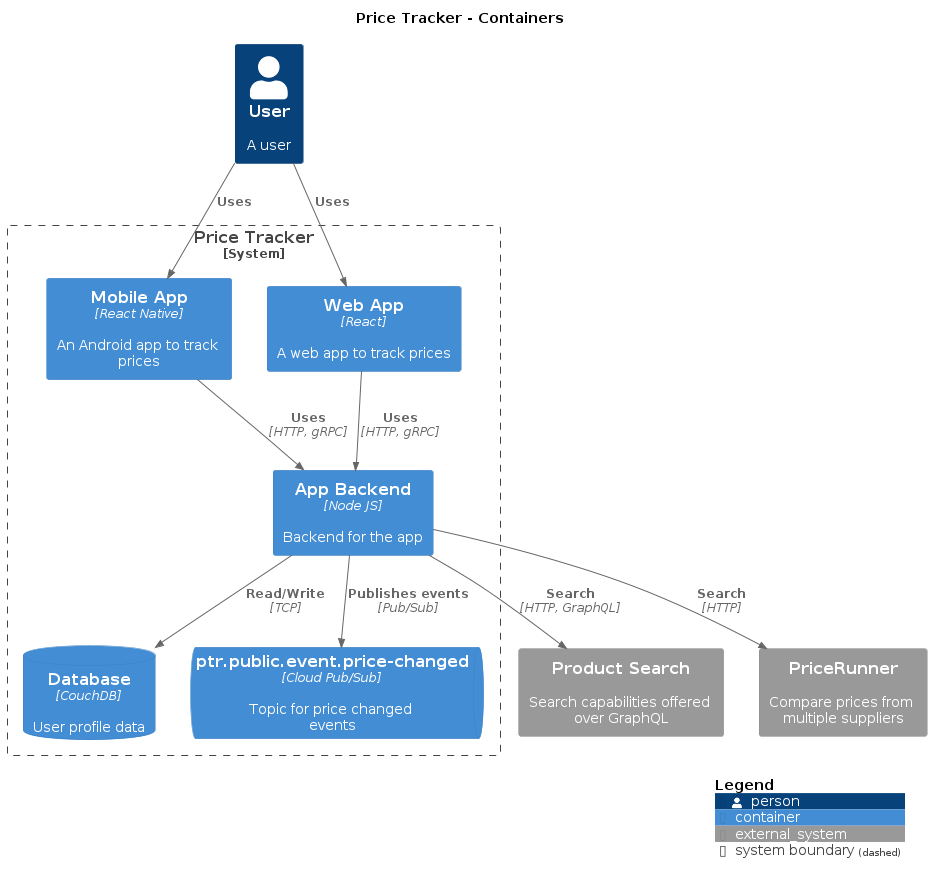
The PlantUML diagram images/c4plantuml/structurizr-PriceTracker-Container.png in extenda/structurizr-to-png, before a commit. The source it was exported from:
```plantuml
@startuml
title Price Tracker - Containers

top to bottom direction

!include https://raw.githubusercontent.com/plantuml-stdlib/C4-PlantUML/master/C4.puml
!include https://raw.githubusercontent.com/plantuml-stdlib/C4-PlantUML/master/C4_Context.puml
!include https://raw.githubusercontent.com/plantuml-stdlib/C4-PlantUML/master/C4_Container.puml

Person(User, "User", "A user", $tags="")
System_Ext(ProductSearch, "Product Search", "Search capabilities offered over GraphQL", $tags="")
System_Ext(PriceRunner, "PriceRunner", "Compare prices from multiple suppliers", $tags="")

System_Boundary("PriceTracker_boundary", "Price Tracker") {
  Container(PriceTracker.WebApp, "Web App", "React", "A web app to track prices", $tags="")
  Container(PriceTracker.MobileApp, "Mobile App", "React Native", "An Android app to track prices", $tags="")
  ContainerDb(PriceTracker.Database, "Database", "CouchDB", "User profile data", $tags="")
  Container(PriceTracker.AppBackend, "App Backend", "Node JS", "Backend for the app", $tags="")
  ContainerQueue(PriceTracker.ptrpubliceventpricechanged, "ptr.public.event.price-changed", "Cloud Pub/Sub", "Topic for price changed events", $tags="")
}

Rel_D(User, PriceTracker.MobileApp, "Uses", $tags="")
Rel_D(User, PriceTracker.WebApp, "Uses", $tags="")
Rel_D(PriceTracker.MobileApp, PriceTracker.AppBackend, "Uses", "HTTP, gRPC", $tags="")
Rel_D(PriceTracker.WebApp, PriceTracker.AppBackend, "Uses", "HTTP, gRPC", $tags="")
Rel_D(PriceTracker.AppBackend, PriceTracker.Database, "Read/Write", "TCP", $tags="")
Rel_D(PriceTracker.AppBackend, ProductSearch, "Search", "HTTP, GraphQL", $tags="")
Rel_D(PriceTracker.AppBackend, PriceRunner, "Search", "HTTP", $tags="")
Rel_D(PriceTracker.AppBackend, PriceTracker.ptrpubliceventpricechanged, "Publishes events", "Pub/Sub", $tags="")

SHOW_DYNAMIC_LEGEND()
@enduml
```
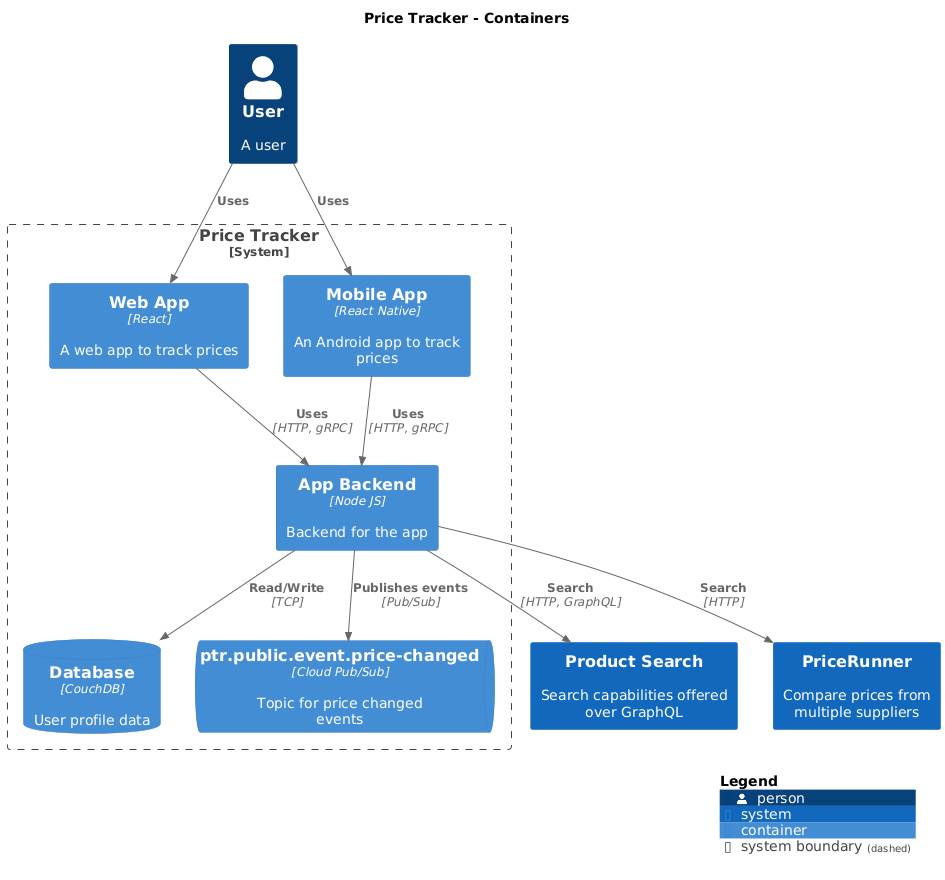
After the commit.

Commit message:
feat!: Remove support for external location with new Structurizr version (#89)

The edit, as a diff of the source:
```diff
@@ -1,32 +1,33 @@
 @startuml
+set separator none
 title Price Tracker - Containers
 
 top to bottom direction
 
-!include https://raw.githubusercontent.com/plantuml-stdlib/C4-PlantUML/master/C4.puml
-!include https://raw.githubusercontent.com/plantuml-stdlib/C4-PlantUML/master/C4_Context.puml
-!include https://raw.githubusercontent.com/plantuml-stdlib/C4-PlantUML/master/C4_Container.puml
+!include <C4/C4>
+!include <C4/C4_Context>
+!include <C4/C4_Container>
 
-Person(User, "User", "A user", $tags="")
-System_Ext(ProductSearch, "Product Search", "Search capabilities offered over GraphQL", $tags="")
-System_Ext(PriceRunner, "PriceRunner", "Compare prices from multiple suppliers", $tags="")
+Person(User, "User", $descr="A user", $tags="", $link="")
+System(ProductSearch, "Product Search", $descr="Search capabilities offered over GraphQL", $tags="", $link="")
+System(PriceRunner, "PriceRunner", $descr="Compare prices from multiple suppliers", $tags="", $link="")
 
-System_Boundary("PriceTracker_boundary", "Price Tracker") {
-  Container(PriceTracker.WebApp, "Web App", "React", "A web app to track prices", $tags="")
-  Container(PriceTracker.MobileApp, "Mobile App", "React Native", "An Android app to track prices", $tags="")
-  ContainerDb(PriceTracker.Database, "Database", "CouchDB", "User profile data", $tags="")
-  Container(PriceTracker.AppBackend, "App Backend", "Node JS", "Backend for the app", $tags="")
-  ContainerQueue(PriceTracker.ptrpubliceventpricechanged, "ptr.public.event.price-changed", "Cloud Pub/Sub", "Topic for price changed events", $tags="")
+System_Boundary("PriceTracker_boundary", "Price Tracker", $tags="") {
+  Container(PriceTracker.WebApp, "Web App", $techn="React", $descr="A web app to track prices", $tags="", $link="")
+  Container(PriceTracker.MobileApp, "Mobile App", $techn="React Native", $descr="An Android app to track prices", $tags="", $link="")
+  ContainerDb(PriceTracker.Database, "Database", $techn="CouchDB", $descr="User profile data", $tags="", $link="")
+  Container(PriceTracker.AppBackend, "App Backend", $techn="Node JS", $descr="Backend for the app", $tags="", $link="")
+  ContainerQueue(PriceTracker.ptrpubliceventpricechanged, "ptr.public.event.price-changed", $techn="Cloud Pub/Sub", $descr="Topic for price changed events", $tags="", $link="")
 }
 
-Rel_D(User, PriceTracker.MobileApp, "Uses", $tags="")
-Rel_D(User, PriceTracker.WebApp, "Uses", $tags="")
-Rel_D(PriceTracker.MobileApp, PriceTracker.AppBackend, "Uses", "HTTP, gRPC", $tags="")
-Rel_D(PriceTracker.WebApp, PriceTracker.AppBackend, "Uses", "HTTP, gRPC", $tags="")
-Rel_D(PriceTracker.AppBackend, PriceTracker.Database, "Read/Write", "TCP", $tags="")
-Rel_D(PriceTracker.AppBackend, ProductSearch, "Search", "HTTP, GraphQL", $tags="")
-Rel_D(PriceTracker.AppBackend, PriceRunner, "Search", "HTTP", $tags="")
-Rel_D(PriceTracker.AppBackend, PriceTracker.ptrpubliceventpricechanged, "Publishes events", "Pub/Sub", $tags="")
+Rel(User, PriceTracker.MobileApp, "Uses", $techn="", $tags="", $link="")
+Rel(User, PriceTracker.WebApp, "Uses", $techn="", $tags="", $link="")
+Rel(PriceTracker.MobileApp, PriceTracker.AppBackend, "Uses", $techn="HTTP, gRPC", $tags="", $link="")
+Rel(PriceTracker.WebApp, PriceTracker.AppBackend, "Uses", $techn="HTTP, gRPC", $tags="", $link="")
+Rel(PriceTracker.AppBackend, PriceTracker.Database, "Read/Write", $techn="TCP", $tags="", $link="")
+Rel(PriceTracker.AppBackend, ProductSearch, "Search", $techn="HTTP, GraphQL", $tags="", $link="")
+Rel(PriceTracker.AppBackend, PriceRunner, "Search", $techn="HTTP", $tags="", $link="")
+Rel(PriceTracker.AppBackend, PriceTracker.ptrpubliceventpricechanged, "Publishes events", $techn="Pub/Sub", $tags="", $link="")
 
 SHOW_DYNAMIC_LEGEND()
 @enduml
```
